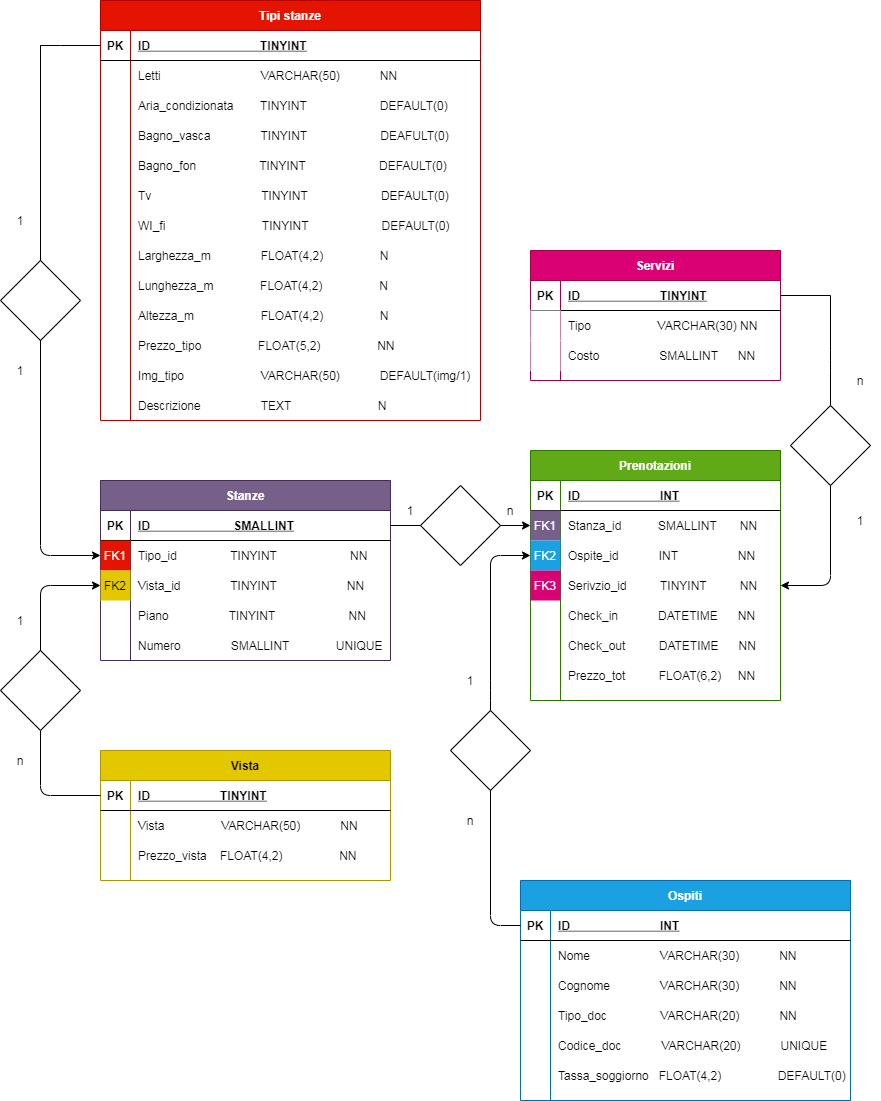
jacopo-vinanti96/db-hotel keeps this draw.io diagram as Hotel.png. Above is the earlier version. Source tidied: cells renumbered, new cells last; positions are measured from the earlier drawing's top-left corner, leaving out a move shared by most shapes.
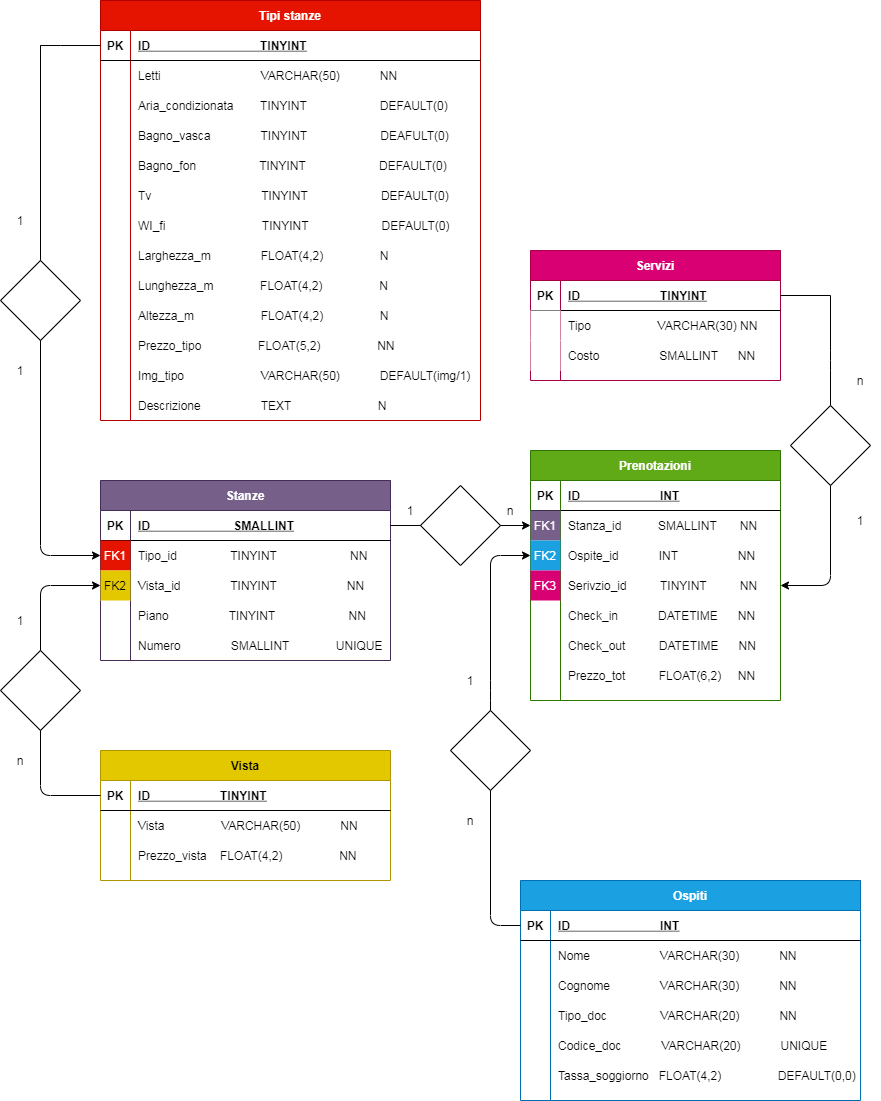
After the change.

The edit, as a diff of the source:
```diff
@@ -69,61 +69,61 @@
       <mxGeometry x="30" width="220" height="30" as="geometry" />
     </mxCell>
     <mxCell id="24" value="Ospiti" style="shape=table;startSize=30;rowLines=0;fontStyle=1;align=center;fillColor=#1ba1e2;strokeColor=#006EAF;fontColor=#ffffff;" parent="1" vertex="1">
-      <mxGeometry x="520" y="880" width="330" height="220" as="geometry" />
+      <mxGeometry x="520" y="880" width="340" height="220" as="geometry" />
     </mxCell>
     <mxCell id="25" style="shape=partialRectangle;fillColor=none;points=[[0,0.5],[1,0.5]];portConstraint=eastwest;top=0;left=0;right=0;bottom=1;" parent="24" vertex="1">
-      <mxGeometry y="30" width="330" height="30" as="geometry" />
+      <mxGeometry y="30" width="340" height="30" as="geometry" />
     </mxCell>
     <mxCell id="26" value="PK" style="shape=partialRectangle;overflow=hidden;fillColor=none;top=0;left=0;bottom=0;right=0;fontStyle=1;" parent="25" vertex="1">
       <mxGeometry width="30" height="30" as="geometry" />
     </mxCell>
     <mxCell id="27" value="ID                           INT" style="shape=partialRectangle;overflow=hidden;fillColor=none;top=0;left=0;bottom=0;right=0;align=left;spacingLeft=6;fontStyle=5;" parent="25" vertex="1">
-      <mxGeometry x="30" width="300" height="30" as="geometry" />
+      <mxGeometry x="30" width="310" height="30" as="geometry" />
     </mxCell>
     <mxCell id="28" style="shape=partialRectangle;fillColor=none;top=0;left=0;right=0;bottom=0;" parent="24" vertex="1">
-      <mxGeometry y="60" width="330" height="30" as="geometry" />
+      <mxGeometry y="60" width="340" height="30" as="geometry" />
     </mxCell>
     <mxCell id="29" style="shape=partialRectangle;overflow=hidden;fillColor=none;top=0;left=0;bottom=0;right=0;" parent="28" vertex="1">
       <mxGeometry width="30" height="30" as="geometry" />
     </mxCell>
     <mxCell id="30" value="Nome                     VARCHAR(30)            NN" style="shape=partialRectangle;overflow=hidden;fillColor=none;top=0;left=0;bottom=0;right=0;align=left;spacingLeft=6;" parent="28" vertex="1">
-      <mxGeometry x="30" width="300" height="30" as="geometry" />
+      <mxGeometry x="30" width="310" height="30" as="geometry" />
     </mxCell>
     <mxCell id="31" style="shape=partialRectangle;fillColor=none;top=0;left=0;right=0;bottom=0;" parent="24" vertex="1">
-      <mxGeometry y="90" width="330" height="30" as="geometry" />
+      <mxGeometry y="90" width="340" height="30" as="geometry" />
     </mxCell>
     <mxCell id="32" style="shape=partialRectangle;overflow=hidden;fillColor=none;top=0;left=0;bottom=0;right=0;" parent="31" vertex="1">
       <mxGeometry width="30" height="30" as="geometry" />
     </mxCell>
     <mxCell id="33" value="Cognome               VARCHAR(30)            NN" style="shape=partialRectangle;overflow=hidden;fillColor=none;top=0;left=0;bottom=0;right=0;align=left;spacingLeft=6;" parent="31" vertex="1">
-      <mxGeometry x="30" width="300" height="30" as="geometry" />
+      <mxGeometry x="30" width="310" height="30" as="geometry" />
     </mxCell>
     <mxCell id="34" style="shape=partialRectangle;fillColor=none;top=0;left=0;right=0;bottom=0;" parent="24" vertex="1">
-      <mxGeometry y="120" width="330" height="30" as="geometry" />
+      <mxGeometry y="120" width="340" height="30" as="geometry" />
     </mxCell>
     <mxCell id="35" style="shape=partialRectangle;overflow=hidden;fillColor=none;top=0;left=0;bottom=0;right=0;" parent="34" vertex="1">
       <mxGeometry width="30" height="30" as="geometry" />
     </mxCell>
     <mxCell id="36" value="Tipo_doc                VARCHAR(20)            NN" style="shape=partialRectangle;overflow=hidden;fillColor=none;top=0;left=0;bottom=0;right=0;align=left;spacingLeft=6;" parent="34" vertex="1">
-      <mxGeometry x="30" width="300" height="30" as="geometry" />
+      <mxGeometry x="30" width="310" height="30" as="geometry" />
     </mxCell>
     <mxCell id="37" style="shape=partialRectangle;fillColor=none;top=0;left=0;right=0;bottom=0;" parent="24" vertex="1">
-      <mxGeometry y="150" width="330" height="30" as="geometry" />
+      <mxGeometry y="150" width="340" height="30" as="geometry" />
     </mxCell>
     <mxCell id="38" style="shape=partialRectangle;overflow=hidden;fillColor=none;top=0;left=0;bottom=0;right=0;" parent="37" vertex="1">
       <mxGeometry width="30" height="30" as="geometry" />
     </mxCell>
     <mxCell id="39" value="Codice_doc            VARCHAR(20)            UNIQUE" style="shape=partialRectangle;overflow=hidden;fillColor=none;top=0;left=0;bottom=0;right=0;align=left;spacingLeft=6;" parent="37" vertex="1">
-      <mxGeometry x="30" width="300" height="30" as="geometry" />
+      <mxGeometry x="30" width="310" height="30" as="geometry" />
     </mxCell>
     <mxCell id="40" style="shape=partialRectangle;fillColor=none;top=0;left=0;right=0;bottom=0;" parent="24" vertex="1">
-      <mxGeometry y="180" width="330" height="30" as="geometry" />
+      <mxGeometry y="180" width="340" height="30" as="geometry" />
     </mxCell>
     <mxCell id="41" style="shape=partialRectangle;overflow=hidden;fillColor=none;top=0;left=0;bottom=0;right=0;" parent="40" vertex="1">
       <mxGeometry width="30" height="30" as="geometry" />
     </mxCell>
-    <mxCell id="42" value="Tassa_soggiorno   FLOAT(4,2)                 DEFAULT(0)" style="shape=partialRectangle;overflow=hidden;fillColor=none;top=0;left=0;bottom=0;right=0;align=left;spacingLeft=6;" parent="40" vertex="1">
-      <mxGeometry x="30" width="300" height="30" as="geometry" />
+    <mxCell id="42" value="Tassa_soggiorno   FLOAT(4,2)                 DEFAULT(0,0)" style="shape=partialRectangle;overflow=hidden;fillColor=none;top=0;left=0;bottom=0;right=0;align=left;spacingLeft=6;" parent="40" vertex="1">
+      <mxGeometry x="30" width="310" height="30" as="geometry" />
     </mxCell>
     <mxCell id="43" value="Stanze" style="shape=table;startSize=30;rowLines=0;fontStyle=1;align=center;fillColor=#76608a;strokeColor=#432D57;fontColor=#ffffff;" parent="1" vertex="1">
       <mxGeometry x="100" y="480" width="290" height="180" as="geometry" />
```
